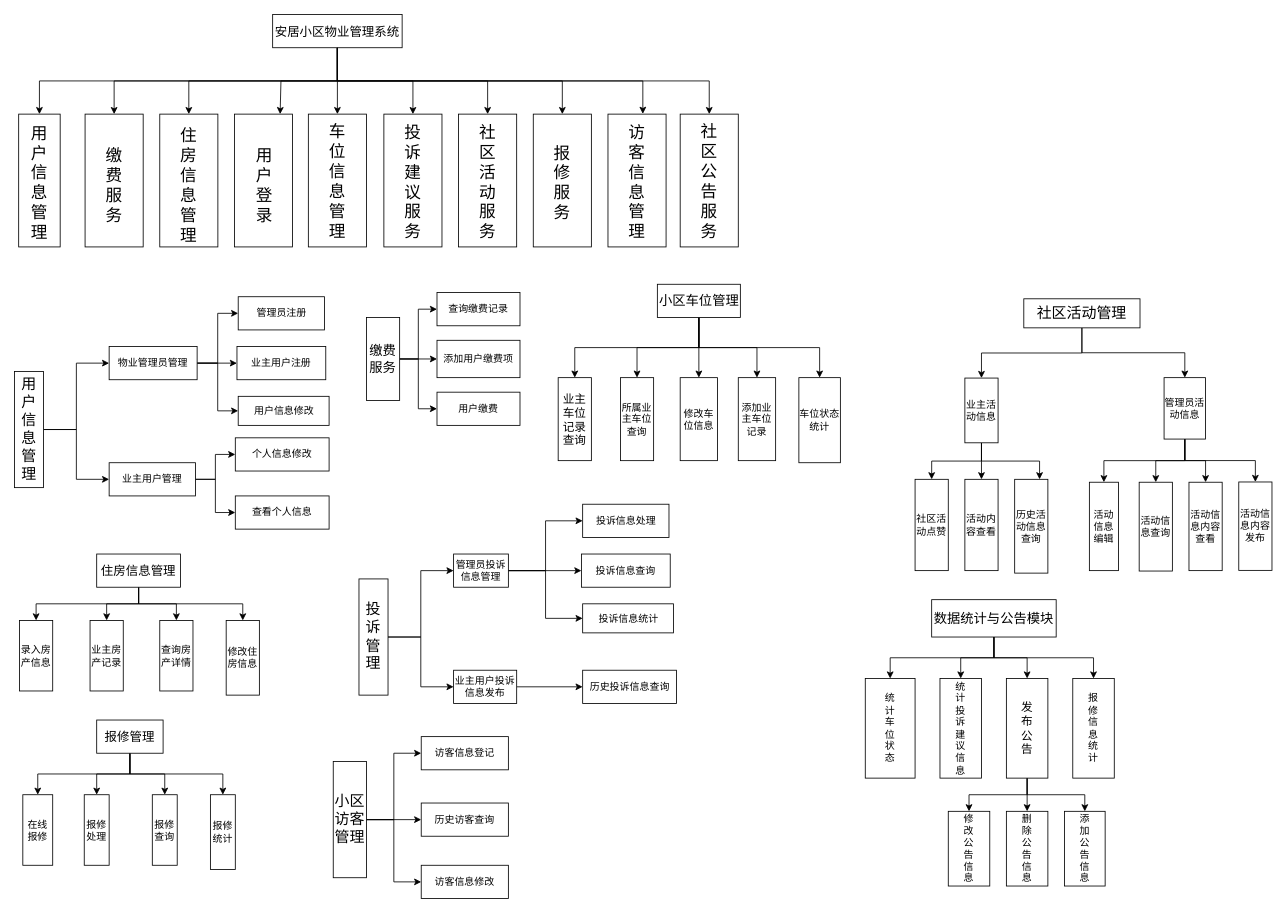
The draw.io diagram page "第 3 页" (3 of 4) of projectfiles/uml/安居小区物业管理系统.drawio in KuChanMaster/PropertiesManager, before the edit. Source tidied: cells renumbered, new cells numbered last; positions are measured from the earlier drawing's top-left corner, leaving out a move shared by most shapes. Both pictures are drawn from the tidied source at 83%, with x=0, y=0 at pixel (14, 14).
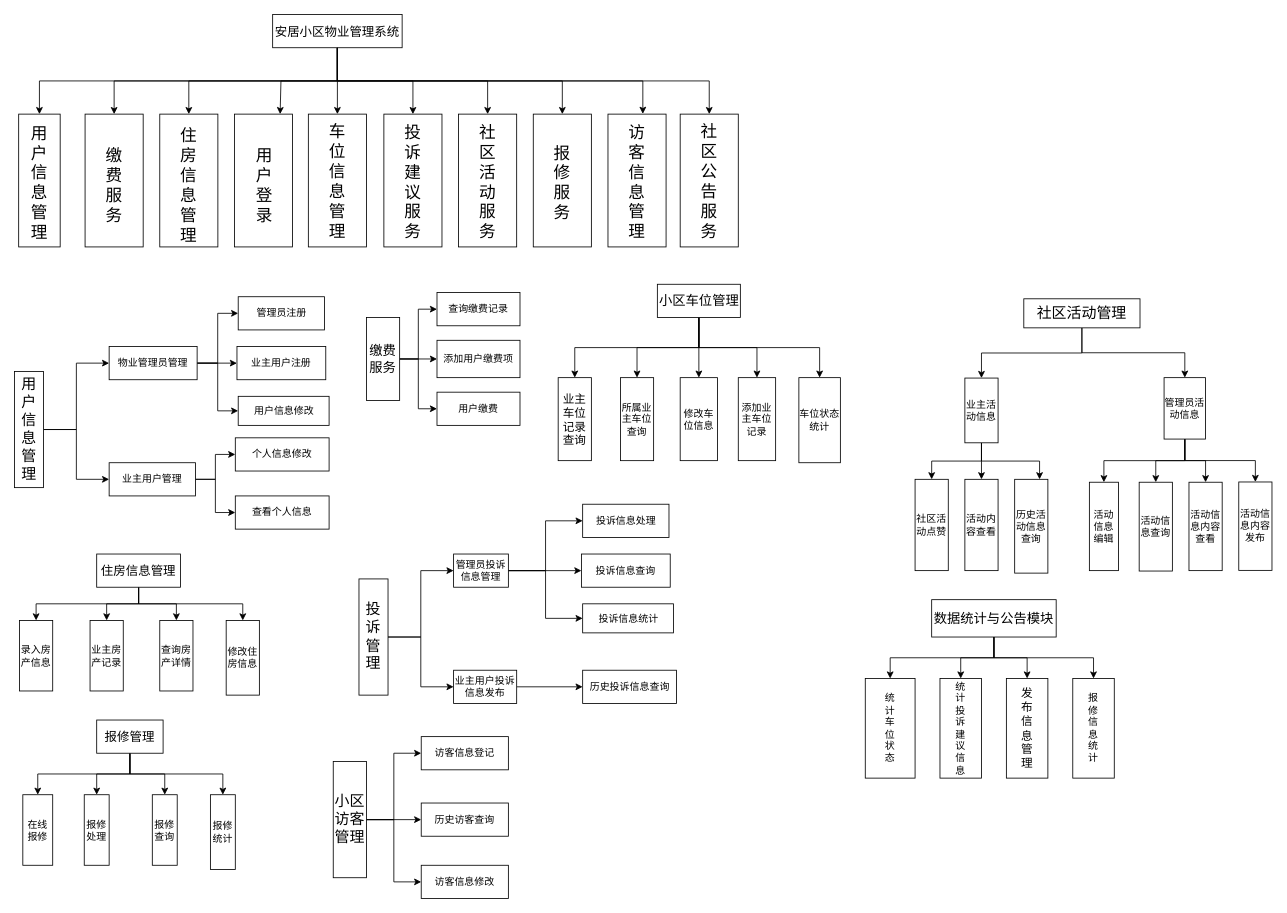
Above is the later version.

Commit message:
更新安居小区物业管理系统.drawio

What changed in the source:
```diff
@@
-    <mxCell id="133" style="edgeStyle=orthogonalEdgeStyle;rounded=0;jettySize=auto;html=1;exitX=0.5;exitY=1;exitDx=0;exitDy=0;" parent="1" edge="1" source="136" target="139">
-      <mxGeometry relative="1" as="geometry" />
-    </mxCell>
-    <mxCell id="134" style="edgeStyle=orthogonalEdgeStyle;rounded=0;jettySize=auto;html=1;exitX=0.5;exitY=1;exitDx=0;exitDy=0;entryX=0.5;entryY=0;entryDx=0;entryDy=0;" parent="1" edge="1" source="136" target="140">
-      <mxGeometry relative="1" as="geometry" />
-    </mxCell>
-    <mxCell id="135" style="edgeStyle=orthogonalEdgeStyle;rounded=0;jettySize=auto;html=1;exitX=0.5;exitY=1;exitDx=0;exitDy=0;entryX=0.5;entryY=0;entryDx=0;entryDy=0;" parent="1" edge="1" source="136" target="141">
-      <mxGeometry relative="1" as="geometry" />
-    </mxCell>
-    <mxCell id="136" value="&lt;font style=&quot;font-size: 14px;&quot;&gt;发&lt;/font&gt;&lt;div&gt;&lt;font style=&quot;font-size: 14px;&quot;&gt;布&lt;/font&gt;&lt;/div&gt;&lt;div&gt;&lt;font style=&quot;font-size: 14px;&quot;&gt;公&lt;/font&gt;&lt;/div&gt;&lt;div&gt;&lt;font style=&quot;font-size: 14px;&quot;&gt;告&lt;/font&gt;&lt;/div&gt;" style="rounded=0;whiteSpace=wrap;html=1;" parent="1" vertex="1">
+    <mxCell id="136" value="&lt;font style=&quot;font-size: 14px;&quot;&gt;发&lt;/font&gt;&lt;div&gt;&lt;font style=&quot;font-size: 14px;&quot;&gt;布&lt;/font&gt;&lt;/div&gt;&lt;div&gt;&lt;span style=&quot;font-size: 14px;&quot;&gt;信&lt;/span&gt;&lt;/div&gt;&lt;div&gt;&lt;span style=&quot;font-size: 14px;&quot;&gt;息&lt;/span&gt;&lt;/div&gt;&lt;div&gt;&lt;span style=&quot;font-size: 14px;&quot;&gt;管&lt;/span&gt;&lt;/div&gt;&lt;div&gt;&lt;span style=&quot;font-size: 14px;&quot;&gt;理&lt;/span&gt;&lt;/div&gt;" style="rounded=0;whiteSpace=wrap;html=1;" parent="1" vertex="1">
       <mxGeometry x="1195" y="800" width="50" height="120" as="geometry" />
     </mxCell>
@@
-    <mxCell id="139" value="修&lt;div&gt;改&lt;/div&gt;&lt;div&gt;公&lt;/div&gt;&lt;div&gt;告&lt;/div&gt;&lt;div&gt;信&lt;/div&gt;&lt;div&gt;息&lt;/div&gt;" style="rounded=0;whiteSpace=wrap;html=1;" parent="1" vertex="1">
-      <mxGeometry x="1125" y="960" width="50" height="90" as="geometry" />
-    </mxCell>
-    <mxCell id="140" value="添&lt;div&gt;加&lt;/div&gt;&lt;div&gt;公&lt;/div&gt;&lt;div&gt;告&lt;/div&gt;&lt;div&gt;信&lt;/div&gt;&lt;div&gt;息&lt;/div&gt;" style="rounded=0;whiteSpace=wrap;html=1;" parent="1" vertex="1">
-      <mxGeometry x="1265" y="960" width="49" height="90" as="geometry" />
-    </mxCell>
-    <mxCell id="141" value="删&lt;div&gt;除&lt;/div&gt;&lt;div&gt;公&lt;/div&gt;&lt;div&gt;告&lt;/div&gt;&lt;div&gt;信&lt;/div&gt;&lt;div&gt;息&lt;/div&gt;" style="rounded=0;whiteSpace=wrap;html=1;" parent="1" vertex="1">
-      <mxGeometry x="1195" y="960" width="50" height="90" as="geometry" />
-    </mxCell>
```
